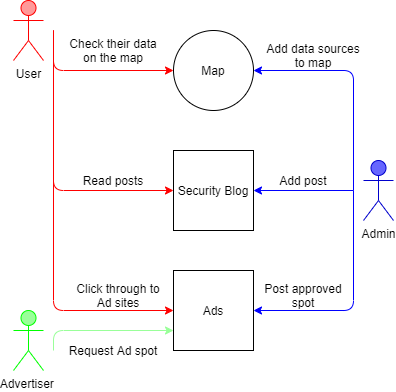
This is Use_Cases/Overall_Use_Case.png from jbonvissuto/COSC412-Jackson-Bonvissuto, a draw.io export, as it was before one commit. Source tidied: cells renumbered, new cells last; positions are measured from the earlier drawing's top-left corner, leaving out a move shared by most shapes. The source it was exported from:
```xml
<mxGraphModel>
  <root>
    <mxCell id="0" />
    <mxCell id="1" parent="0" />
    <mxCell id="2" value="Map" style="ellipse;whiteSpace=wrap;html=1;" parent="1" vertex="1">
      <mxGeometry x="160" y="30" width="80" height="80" as="geometry" />
    </mxCell>
    <mxCell id="3" value="Security Blog" style="rounded=0;whiteSpace=wrap;html=1;" parent="1" vertex="1">
      <mxGeometry x="160" y="150" width="80" height="80" as="geometry" />
    </mxCell>
    <mxCell id="4" value="Ads" style="whiteSpace=wrap;html=1;" parent="1" vertex="1">
      <mxGeometry x="160" y="270" width="80" height="80" as="geometry" />
    </mxCell>
    <mxCell id="5" value="User&lt;br&gt;" style="shape=umlActor;verticalLabelPosition=bottom;verticalAlign=top;html=1;strokeColor=#FF0000;fillColor=#FF9999;" parent="1" vertex="1">
      <mxGeometry width="30" height="60" as="geometry" />
    </mxCell>
    <mxCell id="6" value="Admin" style="shape=umlActor;verticalLabelPosition=bottom;verticalAlign=top;html=1;strokeColor=#0000CC;fillColor=#6666FF;" parent="1" vertex="1">
      <mxGeometry x="350" y="160" width="30" height="60" as="geometry" />
    </mxCell>
    <mxCell id="7" value="Advertiser&amp;nbsp;" style="shape=umlActor;verticalLabelPosition=bottom;verticalAlign=top;html=1;fillColor=#99FF99;strokeColor=#00FF00;" parent="1" vertex="1">
      <mxGeometry y="310" width="30" height="60" as="geometry" />
    </mxCell>
    <mxCell id="8" style="endArrow=classic;html=1;entryX=0;entryY=0.75;entryDx=0;entryDy=0;fillColor=#99FF99;strokeColor=#99FF99;" parent="1" edge="1" target="4">
      <mxGeometry relative="1" as="geometry">
        <mxPoint x="40" y="350" as="sourcePoint" />
        <Array as="points">
          <mxPoint x="40" y="330" />
        </Array>
      </mxGeometry>
    </mxCell>
    <mxCell id="9" style="endArrow=classic;html=1;entryX=0;entryY=0.5;entryDx=0;entryDy=0;strokeColor=#FF0000;" parent="1" edge="1" target="2">
      <mxGeometry relative="1" as="geometry">
        <mxPoint x="40" y="30" as="sourcePoint" />
        <Array as="points">
          <mxPoint x="40" y="70" />
        </Array>
      </mxGeometry>
    </mxCell>
    <mxCell id="10" style="endArrow=classic;html=1;entryX=0;entryY=0.5;entryDx=0;entryDy=0;strokeColor=#FF0000;" parent="1" edge="1" target="3">
      <mxGeometry relative="1" as="geometry">
        <mxPoint x="40" y="30" as="sourcePoint" />
        <Array as="points">
          <mxPoint x="40" y="190" />
        </Array>
      </mxGeometry>
    </mxCell>
    <mxCell id="11" style="endArrow=classic;html=1;entryX=0;entryY=0.5;entryDx=0;entryDy=0;strokeColor=#FF0000;" parent="1" edge="1" target="4">
      <mxGeometry relative="1" as="geometry">
        <mxPoint x="40" y="30" as="sourcePoint" />
        <Array as="points">
          <mxPoint x="40" y="310" />
        </Array>
      </mxGeometry>
    </mxCell>
    <mxCell id="12" style="endArrow=classic;html=1;strokeColor=#0000FF;fillColor=#99FF99;" parent="1" edge="1">
      <mxGeometry relative="1" as="geometry">
        <mxPoint x="340" y="190" as="sourcePoint" />
        <mxPoint x="240" y="190" as="targetPoint" />
      </mxGeometry>
    </mxCell>
    <mxCell id="13" style="endArrow=classic;html=1;strokeColor=#0000FF;fillColor=#99FF99;" parent="1" edge="1">
      <mxGeometry relative="1" as="geometry">
        <mxPoint x="340" y="190" as="sourcePoint" />
        <mxPoint x="240" y="70" as="targetPoint" />
        <Array as="points">
          <mxPoint x="340" y="70" />
        </Array>
      </mxGeometry>
    </mxCell>
    <mxCell id="14" style="endArrow=classic;html=1;strokeColor=#0000FF;fillColor=#99FF99;" parent="1" edge="1">
      <mxGeometry relative="1" as="geometry">
        <mxPoint x="340" y="190" as="sourcePoint" />
        <mxPoint x="240" y="310" as="targetPoint" />
        <Array as="points">
          <mxPoint x="340" y="310" />
        </Array>
      </mxGeometry>
    </mxCell>
    <mxCell id="15" value="Check their data on the map" style="text;html=1;strokeColor=none;fillColor=none;align=center;verticalAlign=middle;whiteSpace=wrap;rounded=0;" parent="1" vertex="1">
      <mxGeometry x="50" y="40" width="100" height="20" as="geometry" />
    </mxCell>
    <mxCell id="16" value="Read posts" style="text;html=1;strokeColor=none;fillColor=none;align=center;verticalAlign=middle;whiteSpace=wrap;rounded=0;" parent="1" vertex="1">
      <mxGeometry x="60" y="170" width="80" height="20" as="geometry" />
    </mxCell>
    <mxCell id="17" value="Click through to Ad sites" style="text;html=1;strokeColor=none;fillColor=none;align=center;verticalAlign=middle;whiteSpace=wrap;rounded=0;" parent="1" vertex="1">
      <mxGeometry x="60" y="280" width="90" height="30" as="geometry" />
    </mxCell>
    <mxCell id="18" value="Request Ad spot" style="text;html=1;strokeColor=none;fillColor=none;align=center;verticalAlign=middle;whiteSpace=wrap;rounded=0;" parent="1" vertex="1">
      <mxGeometry x="50" y="340" width="100" height="20" as="geometry" />
    </mxCell>
    <mxCell id="19" value="Post approved spot" style="text;html=1;strokeColor=none;fillColor=none;align=center;verticalAlign=middle;whiteSpace=wrap;rounded=0;" parent="1" vertex="1">
      <mxGeometry x="240" y="280" width="100" height="30" as="geometry" />
    </mxCell>
    <mxCell id="20" value="Add post" style="text;html=1;strokeColor=none;fillColor=none;align=center;verticalAlign=middle;whiteSpace=wrap;rounded=0;" parent="1" vertex="1">
      <mxGeometry x="250" y="170" width="80" height="20" as="geometry" />
    </mxCell>
    <mxCell id="21" value="Add data sources to map" style="text;html=1;strokeColor=none;fillColor=none;align=center;verticalAlign=middle;whiteSpace=wrap;rounded=0;" parent="1" vertex="1">
      <mxGeometry x="250" y="40" width="100" height="30" as="geometry" />
    </mxCell>
  </root>
</mxGraphModel>
```
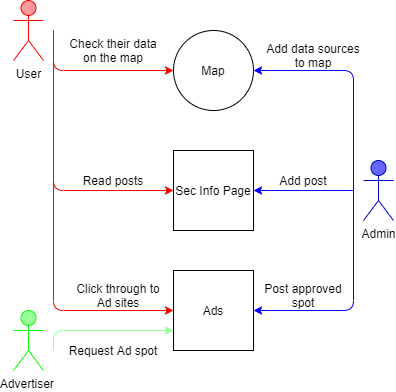
Above is the later version.

Diff of the diagram source:
```diff
@@ -5,7 +5,7 @@
     <mxCell id="2" value="Map" style="ellipse;whiteSpace=wrap;html=1;" parent="1" vertex="1">
       <mxGeometry x="160" y="30" width="80" height="80" as="geometry" />
     </mxCell>
-    <mxCell id="3" value="Security Blog" style="rounded=0;whiteSpace=wrap;html=1;" parent="1" vertex="1">
+    <mxCell id="3" value="Sec Info Page" style="rounded=0;whiteSpace=wrap;html=1;" parent="1" vertex="1">
       <mxGeometry x="160" y="150" width="80" height="80" as="geometry" />
     </mxCell>
     <mxCell id="4" value="Ads" style="whiteSpace=wrap;html=1;" parent="1" vertex="1">
```
